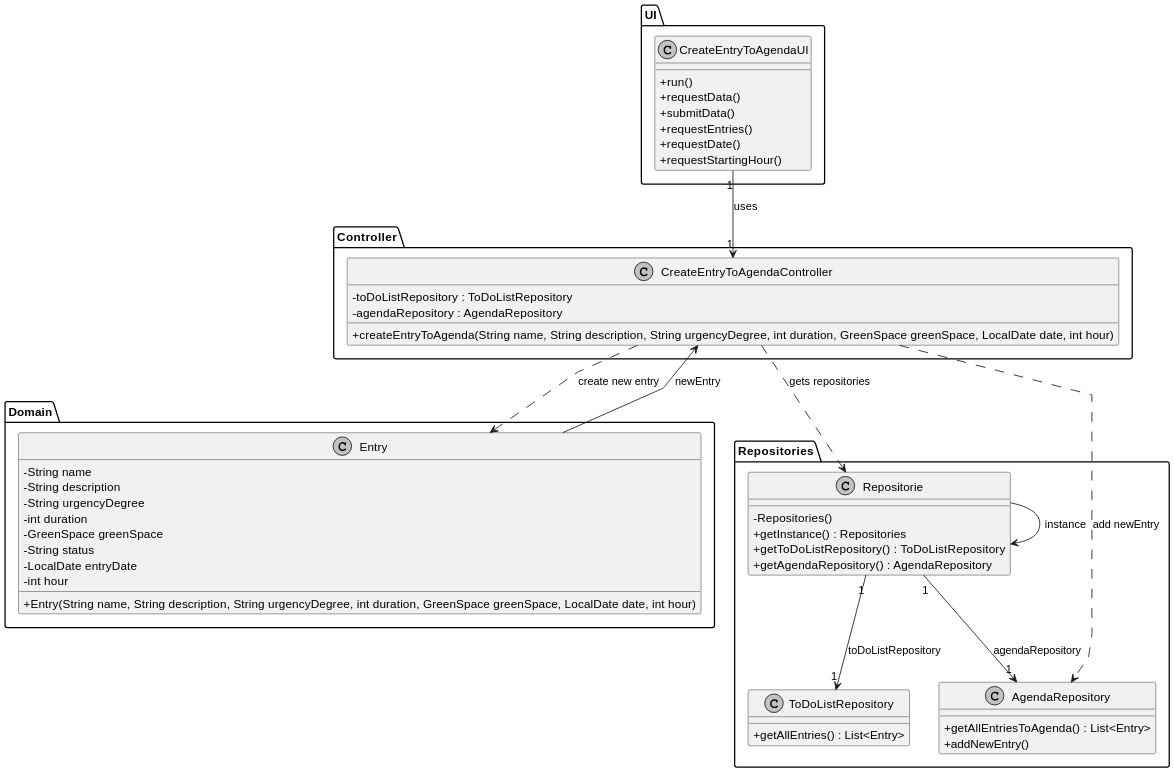
Above: docs/sprintC/us22/03.design/svg/us22-class-diagram.svg in Paulo-Pereira-at-ISEP/lei-24-s2-1nanb-g321 (PlantUML), before the change. The source it was exported from:
```plantuml
@startuml
skinparam monochrome true
skinparam packageStyle rectangle
skinparam shadowing false
skinparam linetype polyline
skinparam classAttributeIconSize 0

Package Controller <<Folder>>{
class CreateEntryToAgendaController {
    - toDoListRepository : ToDoListRepository
    - agendaRepository : AgendaRepository
    + createEntryToAgenda(String name, String description, String urgencyDegree, int duration, GreenSpace greenSpace, LocalDate date, int hour)
}
}
Package UI <<Folder>>{
class CreateEntryToAgendaUI {
    + run()
    + requestData()
    + submitData()
    + requestEntries()
    + requestDate()
    + requestStartingHour()
}
}


Package Domain <<Folder>>{
class Entry {
    - String name
    - String description
    - String urgencyDegree
    - int duration
    - GreenSpace greenSpace
    - String status
    - LocalDate entryDate
    - int hour
    + Entry(String name, String description, String urgencyDegree, int duration, GreenSpace greenSpace, LocalDate date, int hour)

}
}
Package Repositories <<Folder>>{
class Repositorie {
    - Repositories()
    + getInstance() : Repositories
    + getToDoListRepository() : ToDoListRepository
    + getAgendaRepository() : AgendaRepository
}
}
Package Repositories <<Folder>>{
class ToDoListRepository {
    + getAllEntries() : List<Entry>
}
}

Package Repositories <<Folder>>{
class AgendaRepository {
    + getAllEntriesToAgenda() : List<Entry>
    + addNewEntry()
}
}

CreateEntryToAgendaUI "1" --> "1" CreateEntryToAgendaController : uses
CreateEntryToAgendaController ..> Repositorie : gets repositories
Repositorie --> Repositorie : instance
Repositorie "1" --> "1" ToDoListRepository : toDoListRepository
Repositorie "1" --> "1" AgendaRepository : agendaRepository

CreateEntryToAgendaController ..> Entry : create new entry
Entry --> CreateEntryToAgendaController : newEntry
CreateEntryToAgendaController ..> AgendaRepository : add newEntry
@enduml
```
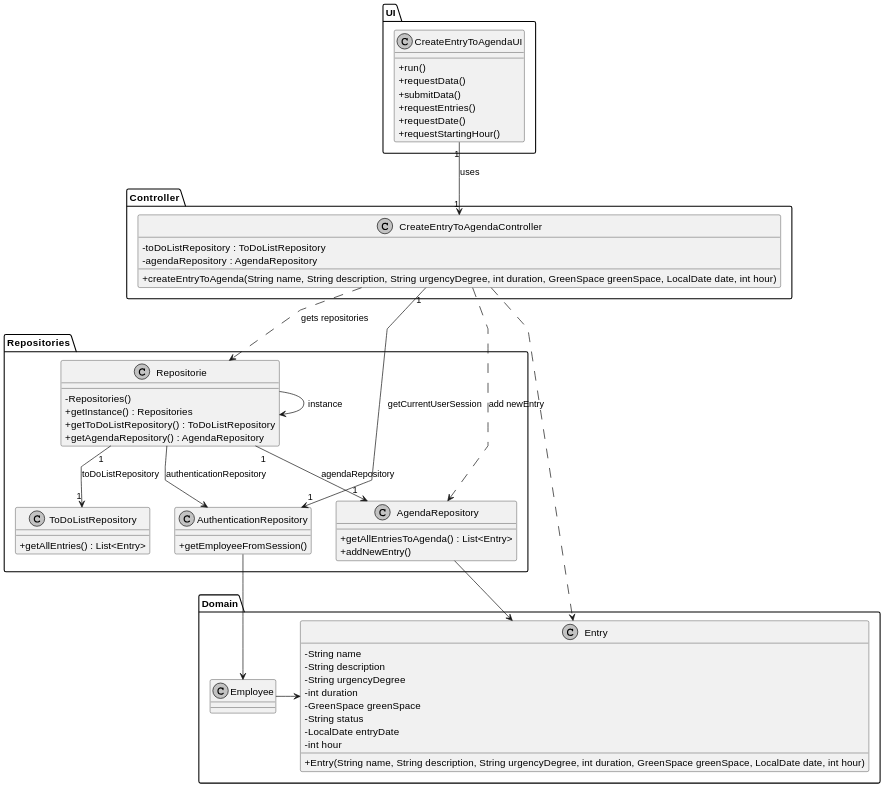
The same file after the commit.

Change to the diagram source:
```diff
@@ -51,6 +51,11 @@
     + getAllEntries() : List<Entry>
 }
 }
+Package Repositories <<Folder>>{
+class AuthenticationRepository{
+    + getEmployeeFromSession()
+}
+}
 
 Package Repositories <<Folder>>{
 class AgendaRepository {
@@ -58,14 +63,25 @@
     + addNewEntry()
 }
 }
+Package Domain <<Folder>>{
+class Employee {
+}
+}
 
 CreateEntryToAgendaUI "1" --> "1" CreateEntryToAgendaController : uses
 CreateEntryToAgendaController ..> Repositorie : gets repositories
 Repositorie --> Repositorie : instance
+Repositorie --> AuthenticationRepository : authenticationRepository
+
 Repositorie "1" --> "1" ToDoListRepository : toDoListRepository
 Repositorie "1" --> "1" AgendaRepository : agendaRepository
+CreateEntryToAgendaController "1" --> "1" AuthenticationRepository : getCurrentUserSession
 
-CreateEntryToAgendaController ..> Entry : create new entry
-Entry --> CreateEntryToAgendaController : newEntry
+CreateEntryToAgendaController ..> Entry
+AuthenticationRepository --> Employee
+AgendaRepository --> Entry
+
+Employee -> Entry
+
 CreateEntryToAgendaController ..> AgendaRepository : add newEntry
 @enduml
```
